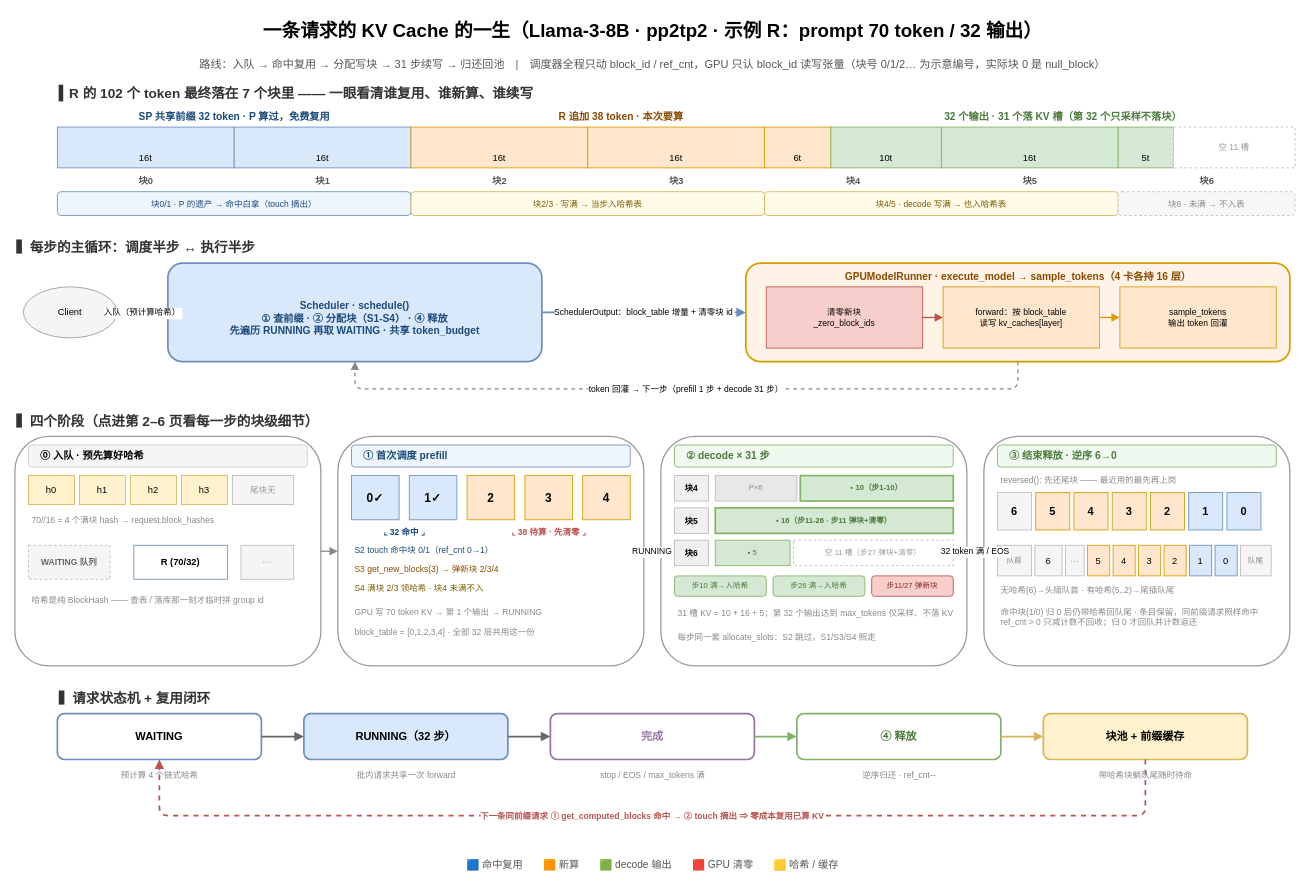
GoCHug/vllm keeps this draw.io diagram as page "总览 · 一条请求的一生" (1 of 6) of vllm/v1/core/kvcache_draw/kvcache_e2e_flow.drawio. Above is the earlier version. Source tidied: cells renumbered, new cells numbered last; positions are measured from the earlier drawing's top-left corner, leaving out a move shared by most shapes. Both pictures are drawn from the tidied source at 85%, with x=0, y=0 at pixel (14, 14).
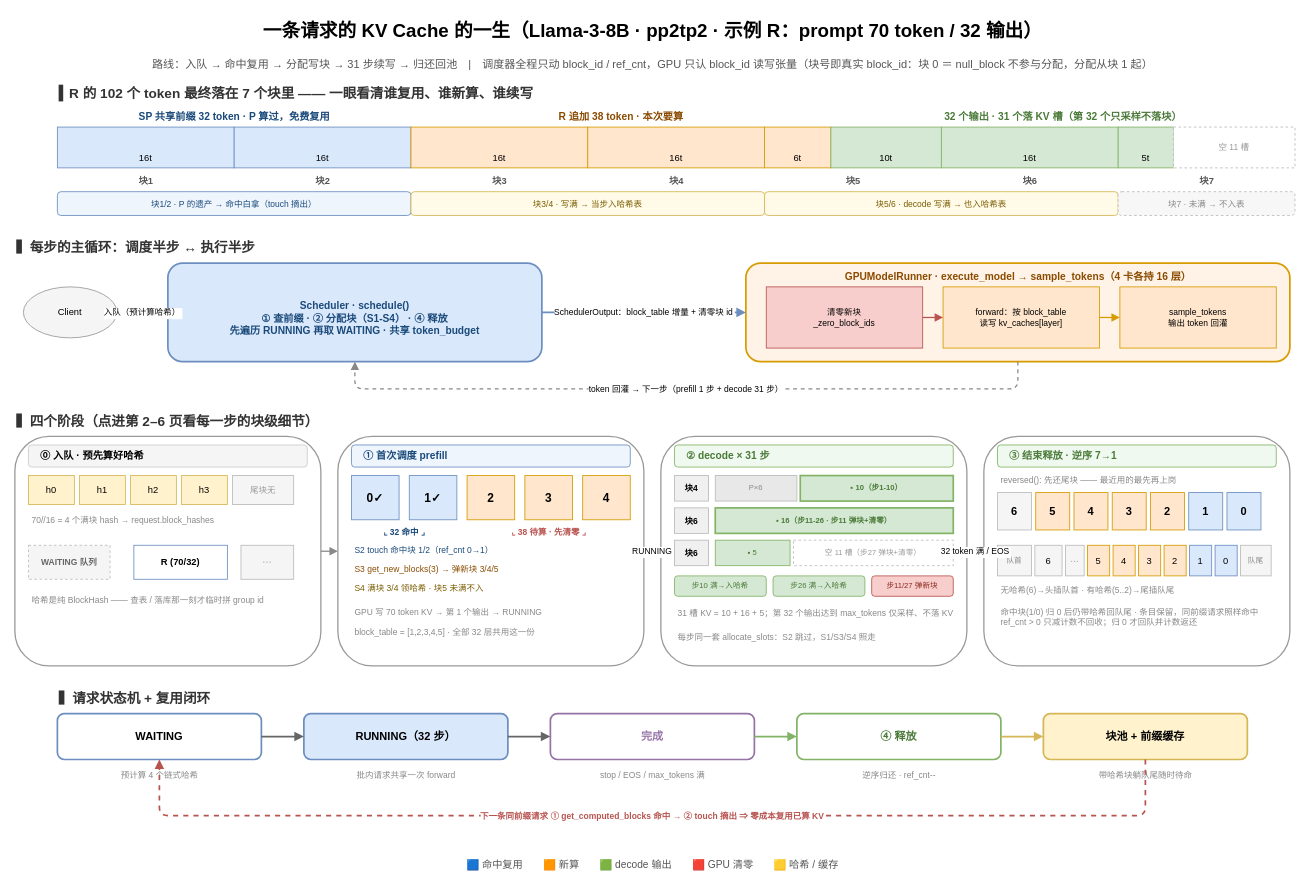
After the change.

Diff of the diagram source:
```diff
@@
-    <mxCell id="3" value="路线：入队 → 命中复用 → 分配写块 → 31 步续写 → 归还回池　|　调度器全程只动 block_id / ref_cnt，GPU 只认 block_id 读写张量（块号 0/1/2… 为示意编号，实际块 0 是 null_block）" style="text;html=1;fontSize=13;align=center;fontColor=#555555;" parent="1" vertex="1">
+    <mxCell id="3" value="路线：入队 → 命中复用 → 分配写块 → 31 步续写 → 归还回池　|　调度器全程只动 block_id / ref_cnt，GPU 只认 block_id 读写张量（块号即真实 block_id：块 0 ＝ null_block 不参与分配，分配从块 1 起）" style="text;html=1;fontSize=13;align=center;fontColor=#555555;" parent="1" vertex="1">
       <mxGeometry y="44" width="1500" height="24" as="geometry" />
     </mxCell>
@@
-    <mxCell id="17" value="块0" style="text;html=1;fontSize=11;fontStyle=1;align=center;fontColor=#555555;" parent="1" vertex="1">
+    <mxCell id="17" value="块1" style="text;html=1;fontSize=11;fontStyle=1;align=center;fontColor=#555555;" parent="1" vertex="1">
       <mxGeometry x="50" y="182" width="208" height="18" as="geometry" />
     </mxCell>
-    <mxCell id="18" value="块1" style="text;html=1;fontSize=11;fontStyle=1;align=center;fontColor=#555555;" parent="1" vertex="1">
+    <mxCell id="18" value="块2" style="text;html=1;fontSize=11;fontStyle=1;align=center;fontColor=#555555;" parent="1" vertex="1">
       <mxGeometry x="258" y="182" width="208" height="18" as="geometry" />
     </mxCell>
-    <mxCell id="19" value="块2" style="text;html=1;fontSize=11;fontStyle=1;align=center;fontColor=#555555;" parent="1" vertex="1">
+    <mxCell id="19" value="块3" style="text;html=1;fontSize=11;fontStyle=1;align=center;fontColor=#555555;" parent="1" vertex="1">
       <mxGeometry x="466" y="182" width="208" height="18" as="geometry" />
     </mxCell>
-    <mxCell id="20" value="块3" style="text;html=1;fontSize=11;fontStyle=1;align=center;fontColor=#555555;" parent="1" vertex="1">
+    <mxCell id="20" value="块4" style="text;html=1;fontSize=11;fontStyle=1;align=center;fontColor=#555555;" parent="1" vertex="1">
       <mxGeometry x="674" y="182" width="208" height="18" as="geometry" />
     </mxCell>
-    <mxCell id="21" value="块4" style="text;html=1;fontSize=11;fontStyle=1;align=center;fontColor=#555555;" parent="1" vertex="1">
+    <mxCell id="21" value="块5" style="text;html=1;fontSize=11;fontStyle=1;align=center;fontColor=#555555;" parent="1" vertex="1">
       <mxGeometry x="882" y="182" width="208" height="18" as="geometry" />
     </mxCell>
-    <mxCell id="22" value="块5" style="text;html=1;fontSize=11;fontStyle=1;align=center;fontColor=#555555;" parent="1" vertex="1">
+    <mxCell id="22" value="块6" style="text;html=1;fontSize=11;fontStyle=1;align=center;fontColor=#555555;" parent="1" vertex="1">
       <mxGeometry x="1090" y="182" width="208" height="18" as="geometry" />
     </mxCell>
-    <mxCell id="23" value="块6" style="text;html=1;fontSize=11;fontStyle=1;align=center;fontColor=#555555;" parent="1" vertex="1">
+    <mxCell id="23" value="块7" style="text;html=1;fontSize=11;fontStyle=1;align=center;fontColor=#555555;" parent="1" vertex="1">
       <mxGeometry x="1298" y="182" width="208" height="18" as="geometry" />
     </mxCell>
-    <mxCell id="24" value="块0/1 · P 的遗产 → 命中白拿（touch 摘出）" style="rounded=1;whiteSpace=wrap;html=1;fillColor=#eef5fd;strokeColor=#6c8ebf;fontSize=10;fontColor=#1a4a7a;verticalAlign=middle;" parent="1" vertex="1">
+    <mxCell id="24" value="块1/2 · P 的遗产 → 命中白拿（touch 摘出）" style="rounded=1;whiteSpace=wrap;html=1;fillColor=#eef5fd;strokeColor=#6c8ebf;fontSize=10;fontColor=#1a4a7a;verticalAlign=middle;" parent="1" vertex="1">
       <mxGeometry x="50" y="208" width="416" height="28" as="geometry" />
     </mxCell>
-    <mxCell id="25" value="块2/3 · 写满 → 当步入哈希表" style="rounded=1;whiteSpace=wrap;html=1;fillColor=#fffbe8;strokeColor=#d6b656;fontSize=10;fontColor=#7a5c00;verticalAlign=middle;" parent="1" vertex="1">
+    <mxCell id="25" value="块3/4 · 写满 → 当步入哈希表" style="rounded=1;whiteSpace=wrap;html=1;fillColor=#fffbe8;strokeColor=#d6b656;fontSize=10;fontColor=#7a5c00;verticalAlign=middle;" parent="1" vertex="1">
       <mxGeometry x="466" y="208" width="416" height="28" as="geometry" />
     </mxCell>
-    <mxCell id="26" value="块4/5 · decode 写满 → 也入哈希表" style="rounded=1;whiteSpace=wrap;html=1;fillColor=#fffbe8;strokeColor=#d6b656;fontSize=10;fontColor=#7a5c00;verticalAlign=middle;" parent="1" vertex="1">
+    <mxCell id="26" value="块5/6 · decode 写满 → 也入哈希表" style="rounded=1;whiteSpace=wrap;html=1;fillColor=#fffbe8;strokeColor=#d6b656;fontSize=10;fontColor=#7a5c00;verticalAlign=middle;" parent="1" vertex="1">
       <mxGeometry x="882" y="208" width="416" height="28" as="geometry" />
     </mxCell>
-    <mxCell id="27" value="块6 · 未满 → 不入表" style="rounded=1;whiteSpace=wrap;html=1;fillColor=#f7f7f7;strokeColor=#bbbbbb;fontSize=10;dashed=1;fontColor=#888888;verticalAlign=middle;" parent="1" vertex="1">
+    <mxCell id="27" value="块7 · 未满 → 不入表" style="rounded=1;whiteSpace=wrap;html=1;fillColor=#f7f7f7;strokeColor=#bbbbbb;fontSize=10;dashed=1;fontColor=#888888;verticalAlign=middle;" parent="1" vertex="1">
       <mxGeometry x="1298" y="208" width="208" height="28" as="geometry" />
     </mxCell>
@@
-    <mxCell id="62" value="S2 touch 命中块 0/1（ref_cnt 0→1）" style="text;html=1;fontSize=10;align=left;spacingLeft=2;fontColor=#1a4a7a;verticalAlign=middle;" parent="1" vertex="1">
+    <mxCell id="62" value="S2 touch 命中块 1/2（ref_cnt 0→1）" style="text;html=1;fontSize=10;align=left;spacingLeft=2;fontColor=#1a4a7a;verticalAlign=middle;" parent="1" vertex="1">
       <mxGeometry x="396" y="620" width="328" height="20" as="geometry" />
     </mxCell>
-    <mxCell id="63" value="S3 get_new_blocks(3) → 弹新块 2/3/4" style="text;html=1;fontSize=10;align=left;spacingLeft=2;fontColor=#8a4b00;verticalAlign=middle;" parent="1" vertex="1">
+    <mxCell id="63" value="S3 get_new_blocks(3) → 弹新块 3/4/5" style="text;html=1;fontSize=10;align=left;spacingLeft=2;fontColor=#8a4b00;verticalAlign=middle;" parent="1" vertex="1">
       <mxGeometry x="396" y="642" width="328" height="20" as="geometry" />
     </mxCell>
-    <mxCell id="64" value="S4 满块 2/3 领哈希 · 块4 未满不入" style="text;html=1;fontSize=10;align=left;spacingLeft=2;fontColor=#7a5c00;verticalAlign=middle;" parent="1" vertex="1">
+    <mxCell id="64" value="S4 满块 3/4 领哈希 · 块5 未满不入" style="text;html=1;fontSize=10;align=left;spacingLeft=2;fontColor=#7a5c00;verticalAlign=middle;" parent="1" vertex="1">
       <mxGeometry x="396" y="664" width="328" height="20" as="geometry" />
     </mxCell>
@@
-    <mxCell id="66" value="block_table = [0,1,2,3,4] · 全部 32 层共用这一份" style="text;html=1;fontSize=10;align=left;spacingLeft=2;fontColor=#888888;verticalAlign=middle;" parent="1" vertex="1">
+    <mxCell id="66" value="block_table = [1,2,3,4,5] · 全部 32 层共用这一份" style="text;html=1;fontSize=10;align=left;spacingLeft=2;fontColor=#888888;verticalAlign=middle;" parent="1" vertex="1">
       <mxGeometry x="396" y="716" width="328" height="20" as="geometry" />
     </mxCell>
@@
-    <mxCell id="72" value="块5" style="rounded=0;whiteSpace=wrap;html=1;fillColor=#f0f0f0;strokeColor=#bbbbbb;fontSize=10;fontStyle=1;verticalAlign=middle;" parent="1" vertex="1">
+    <mxCell id="72" value="块6" style="rounded=0;whiteSpace=wrap;html=1;fillColor=#f0f0f0;strokeColor=#bbbbbb;fontSize=10;fontStyle=1;verticalAlign=middle;" parent="1" vertex="1">
       <mxGeometry x="776" y="580" width="40" height="30" as="geometry" />
     </mxCell>
@@
-    <mxCell id="83" value="③ 结束释放 · 逆序 6→0" style="rounded=1;whiteSpace=wrap;html=1;fillColor=#f0f9f0;strokeColor=#82b366;fontSize=12;fontStyle=1;align=left;spacingLeft=12;fontColor=#4a7a38;" parent="1" vertex="1">
+    <mxCell id="83" value="③ 结束释放 · 逆序 7→1" style="rounded=1;whiteSpace=wrap;html=1;fillColor=#f0f9f0;strokeColor=#82b366;fontSize=12;fontStyle=1;align=left;spacingLeft=12;fontColor=#4a7a38;" parent="1" vertex="1">
       <mxGeometry x="1156" y="506" width="328" height="26" as="geometry" />
     </mxCell>
```
